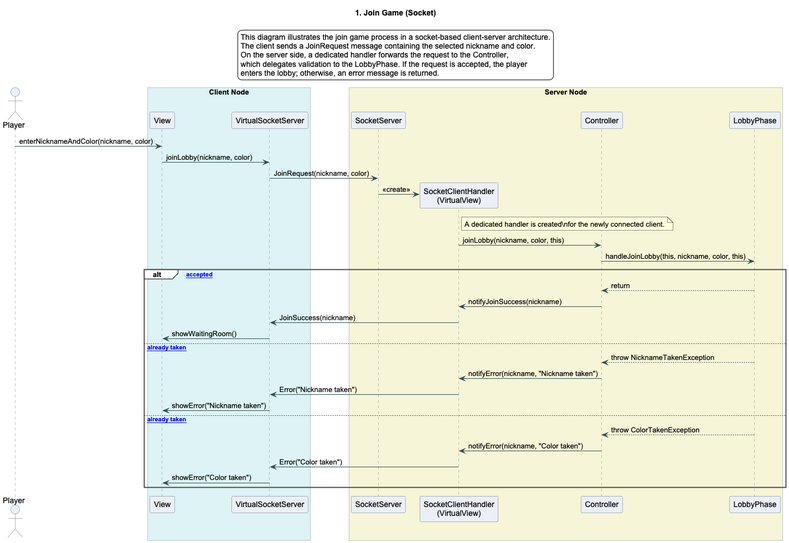
The PlantUML diagram Mesos/deliverables/homework/sequence-diagrams/join-game-socket.png in dnettaa/Mesos-Software-Engineering-Polimi, before a commit. The source it was exported from:
```plantuml
@startuml
title 1. Join Game (Socket)

legend top
This diagram illustrates the join game process in a socket-based client-server architecture.
The client sends a JoinRequest message containing the selected nickname and color.
On the server side, a dedicated handler forwards the request to the Controller,
which delegates validation to the LobbyPhase. If the request is accepted, the player
enters the lobby; otherwise, an error message is returned.
endlegend

skinparam backgroundColor white
skinparam shadowing false
skinparam defaultFontName Arial
skinparam sequence {
    ArrowColor #2F4F4F
    LifeLineBorderColor #708090
    LifeLineBackgroundColor #F8F8F8
    ParticipantBorderColor #5F6F7F
    ParticipantBackgroundColor #EAEFF7
    ActorBorderColor #5F6F7F
    ActorBackgroundColor #EAEFF7
    GroupBorderColor #444444
    GroupBackgroundColor #FDFDFD
    BoxBorderColor #7F8C8D
    BoxBackgroundColor #FAFAFA
}

actor Player

box "Client Node" #DDF3F4
participant View
participant VirtualSocketServer
end box

box "Server Node" #F7F5D6
participant SocketServer
participant "SocketClientHandler\n(VirtualView)" as Handler
participant Controller
participant LobbyPhase
end box

Player -> View : enterNicknameAndColor(nickname, color)
View -> VirtualSocketServer : joinLobby(nickname, color)
VirtualSocketServer -> SocketServer : JoinRequest(nickname, color)

create Handler
SocketServer -> Handler : <<create>>
note right of Handler
A dedicated handler is created\nfor the newly connected client.
end note

Handler -> Controller : joinLobby(nickname, color, this)
Controller -> LobbyPhase : handleJoinLobby(this, nickname, color, this)

alt [Join accepted]
    LobbyPhase --> Controller : return
    Controller -> Handler : notifyJoinSuccess(nickname)
    Handler -> VirtualSocketServer : JoinSuccess(nickname)
    VirtualSocketServer -> View : showWaitingRoom()
else [Nickname already taken]
    LobbyPhase --> Controller : throw NicknameTakenException
    Controller -> Handler : notifyError(nickname, "Nickname taken")
    Handler -> VirtualSocketServer : Error("Nickname taken")
    VirtualSocketServer -> View : showError("Nickname taken")
else [Color already taken]
    LobbyPhase --> Controller : throw ColorTakenException
    Controller -> Handler : notifyError(nickname, "Color taken")
    Handler -> VirtualSocketServer : Error("Color taken")
    VirtualSocketServer -> View : showError("Color taken")
end

@enduml
```
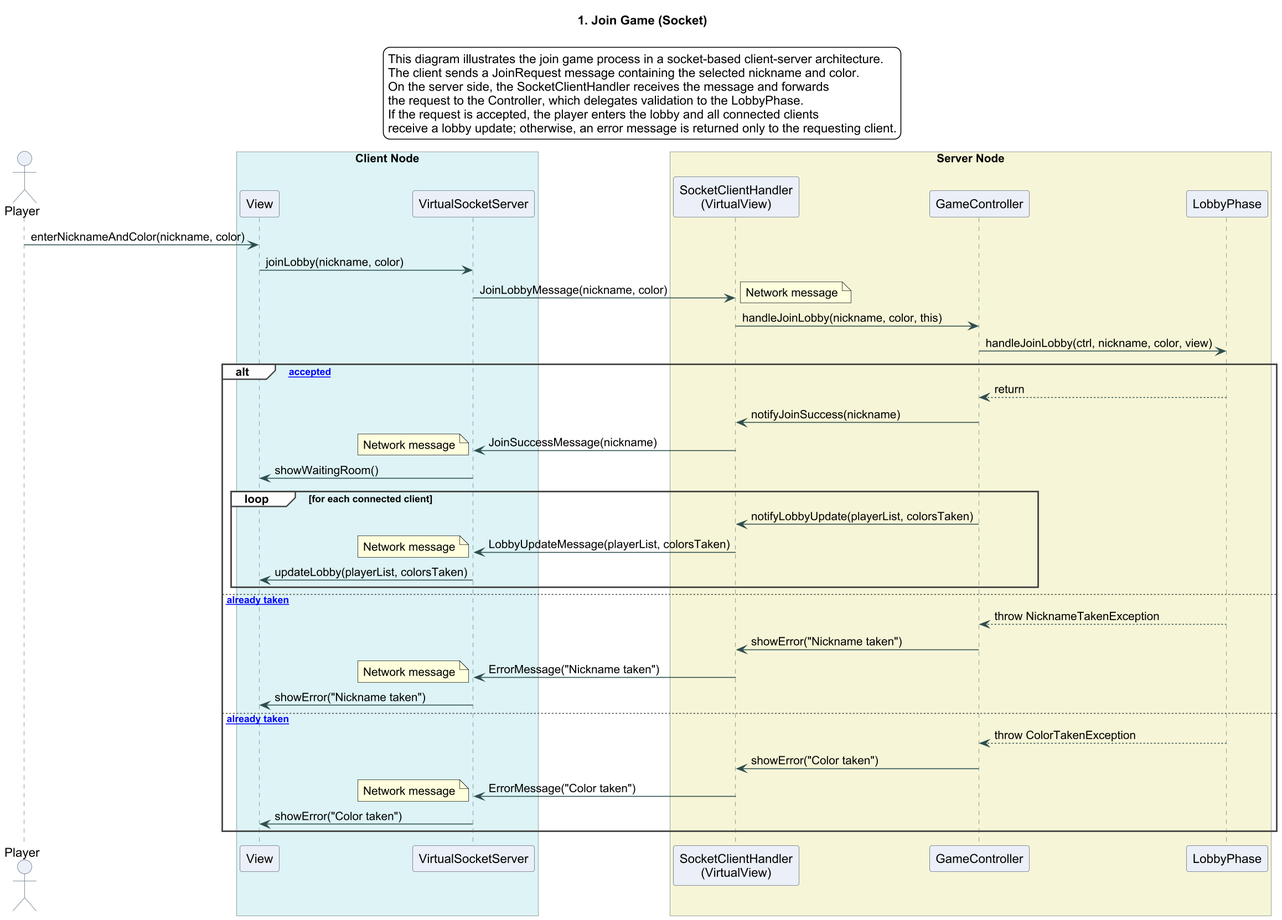
After the commit.

The edit, as a diff of the source:
```diff
@@ -4,9 +4,10 @@
 legend top
 This diagram illustrates the join game process in a socket-based client-server architecture.
 The client sends a JoinRequest message containing the selected nickname and color.
-On the server side, a dedicated handler forwards the request to the Controller,
-which delegates validation to the LobbyPhase. If the request is accepted, the player
-enters the lobby; otherwise, an error message is returned.
+On the server side, the SocketClientHandler receives the message and forwards
+the request to the Controller, which delegates validation to the LobbyPhase.
+If the request is accepted, the player enters the lobby and all connected clients
+receive a lobby update; otherwise, an error message is returned only to the requesting client.
 endlegend
 
 skinparam backgroundColor white
@@ -34,39 +35,46 @@
 end box
 
 box "Server Node" #F7F5D6
-participant SocketServer
 participant "SocketClientHandler\n(VirtualView)" as Handler
-participant Controller
+participant GameController
 participant LobbyPhase
 end box
 
 Player -> View : enterNicknameAndColor(nickname, color)
 View -> VirtualSocketServer : joinLobby(nickname, color)
-VirtualSocketServer -> SocketServer : JoinRequest(nickname, color)
+VirtualSocketServer -> Handler : JoinLobbyMessage(nickname, color)
+note right : Network message
 
-create Handler
-SocketServer -> Handler : <<create>>
-note right of Handler
-A dedicated handler is created\nfor the newly connected client.
-end note
-
-Handler -> Controller : joinLobby(nickname, color, this)
-Controller -> LobbyPhase : handleJoinLobby(this, nickname, color, this)
+Handler -> GameController : handleJoinLobby(nickname, color, this)
+GameController -> LobbyPhase : handleJoinLobby(ctrl, nickname, color, view)
 
 alt [Join accepted]
-    LobbyPhase --> Controller : return
-    Controller -> Handler : notifyJoinSuccess(nickname)
-    Handler -> VirtualSocketServer : JoinSuccess(nickname)
+    LobbyPhase --> GameController : return
+
+    GameController -> Handler : notifyJoinSuccess(nickname)
+    Handler -> VirtualSocketServer : JoinSuccessMessage(nickname)
+    note left : Network message
     VirtualSocketServer -> View : showWaitingRoom()
+
+    loop for each connected client
+        GameController -> Handler : notifyLobbyUpdate(playerList, colorsTaken)
+        Handler -> VirtualSocketServer : LobbyUpdateMessage(playerList, colorsTaken)
+        note left : Network message
+        VirtualSocketServer -> View : updateLobby(playerList, colorsTaken)
+    end
+
 else [Nickname already taken]
-    LobbyPhase --> Controller : throw NicknameTakenException
-    Controller -> Handler : notifyError(nickname, "Nickname taken")
-    Handler -> VirtualSocketServer : Error("Nickname taken")
+    LobbyPhase --> GameController : throw NicknameTakenException
+    GameController -> Handler : showError("Nickname taken")
+    Handler -> VirtualSocketServer : ErrorMessage("Nickname taken")
+    note left : Network message
     VirtualSocketServer -> View : showError("Nickname taken")
+
 else [Color already taken]
-    LobbyPhase --> Controller : throw ColorTakenException
-    Controller -> Handler : notifyError(nickname, "Color taken")
-    Handler -> VirtualSocketServer : Error("Color taken")
+    LobbyPhase --> GameController : throw ColorTakenException
+    GameController -> Handler : showError("Color taken")
+    Handler -> VirtualSocketServer : ErrorMessage("Color taken")
+    note left : Network message
     VirtualSocketServer -> View : showError("Color taken")
 end
 
```
